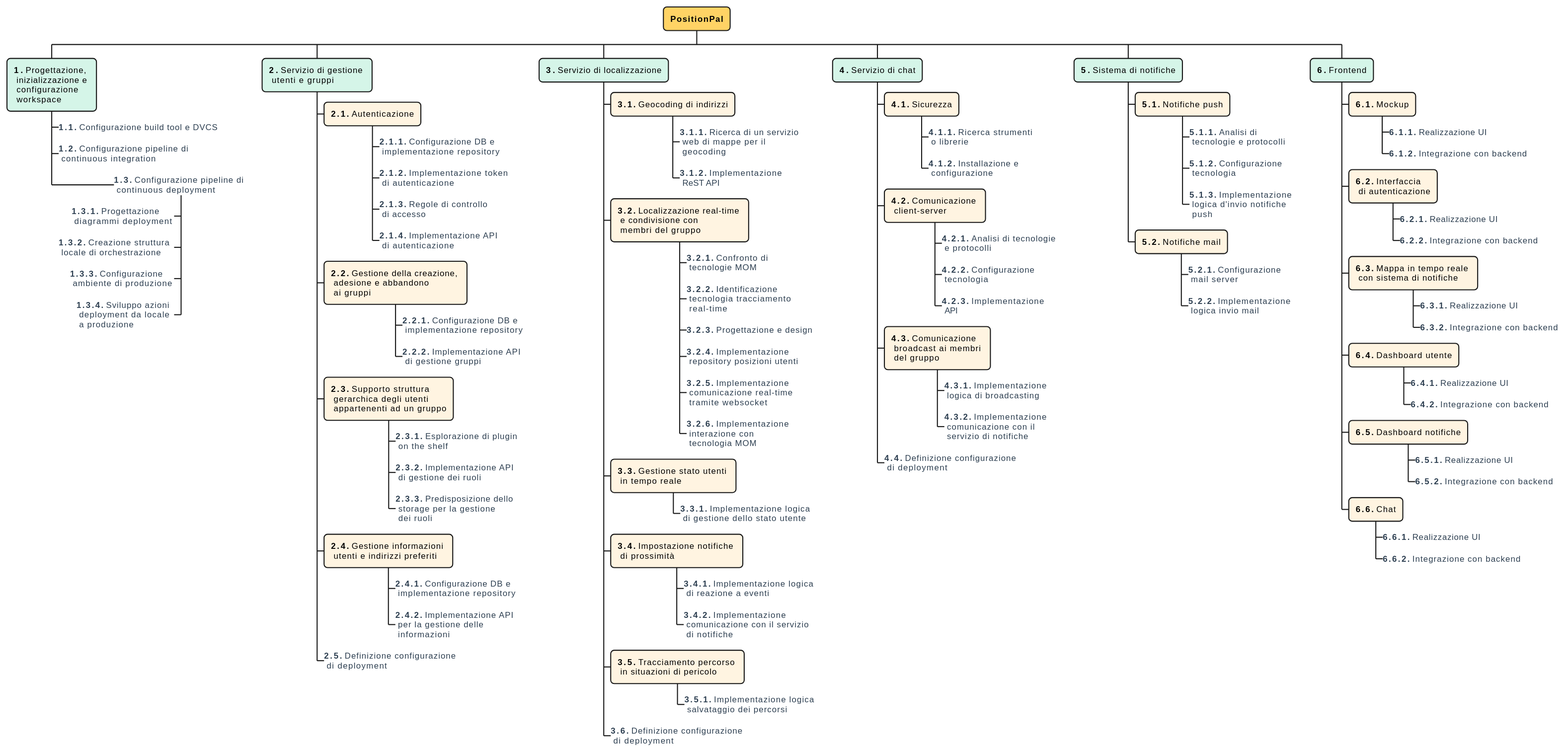
This is res/wbs.svg from position-pal/PM-report, a PlantUML export, as it was before one commit.
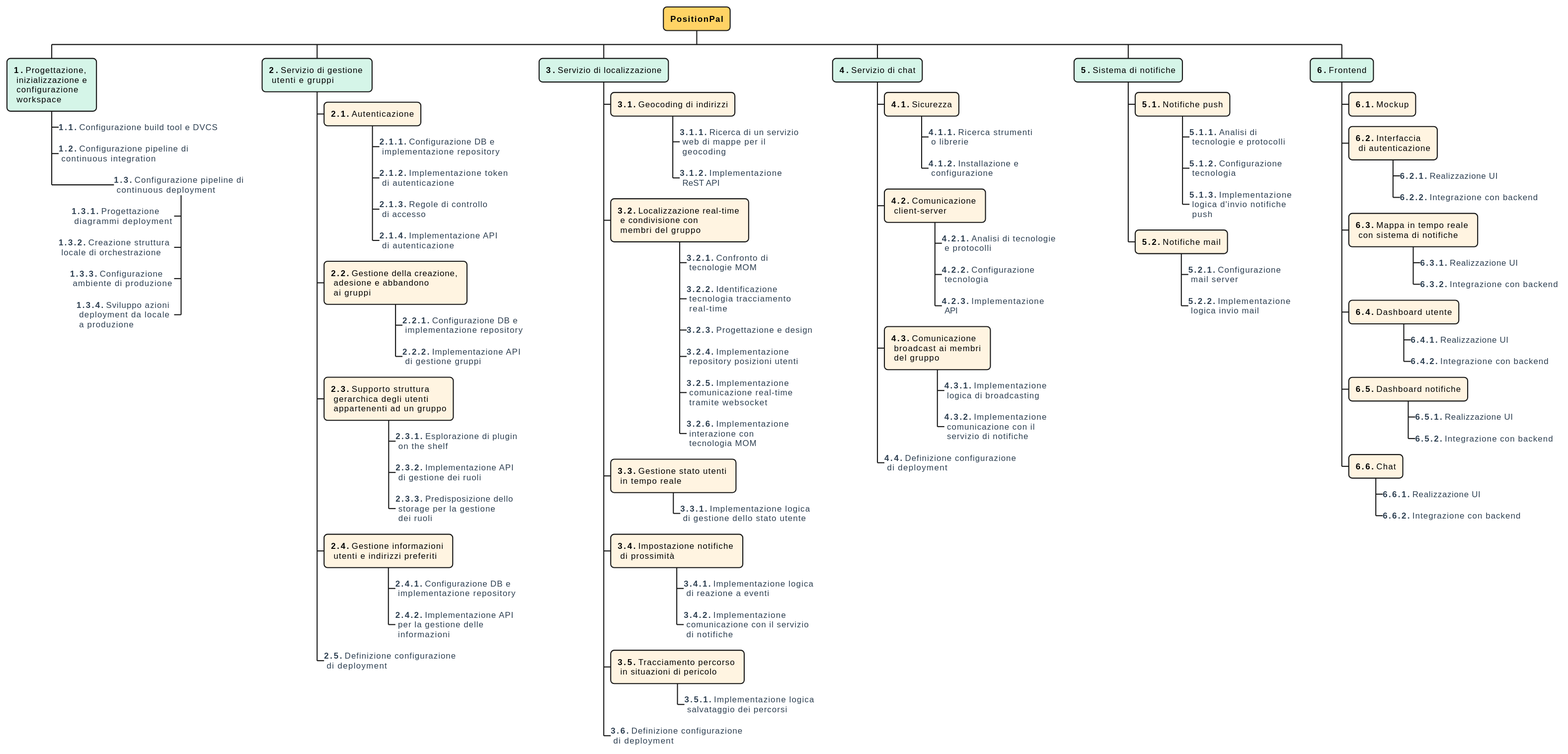
Above is the later version.

Diff of the diagram source:
```diff
@@ -90,8 +90,6 @@
 
 ++ **6.** Frontend
 +++ **6.1.** Mockup
-++++_ **6.1.1.** Realizzazione UI
-++++_ **6.1.2.** Integrazione con backend
 +++ **6.2.** Interfaccia \n di autenticazione
 ++++_ **6.2.1.** Realizzazione UI
 ++++_ **6.2.2.** Integrazione con backend
```
